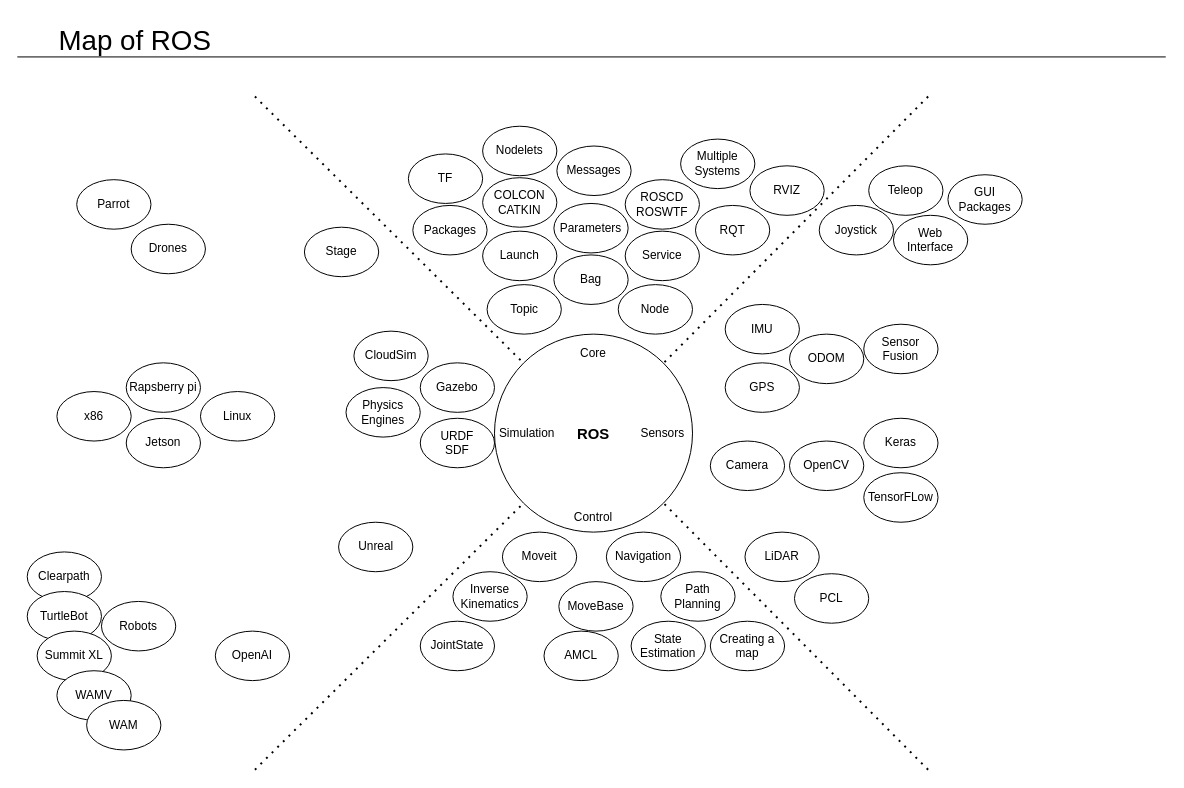
AM1010101/lidar_integrators_course keeps this draw.io diagram as ros_overview.drawio. Above is the earlier version. Source tidied: cells renumbered, new cells numbered last; positions are measured from the earlier drawing's top-left corner, leaving out a move shared by most shapes. Both pictures are drawn from the tidied source at 99%, with x=0, y=0 at pixel (17, 17).
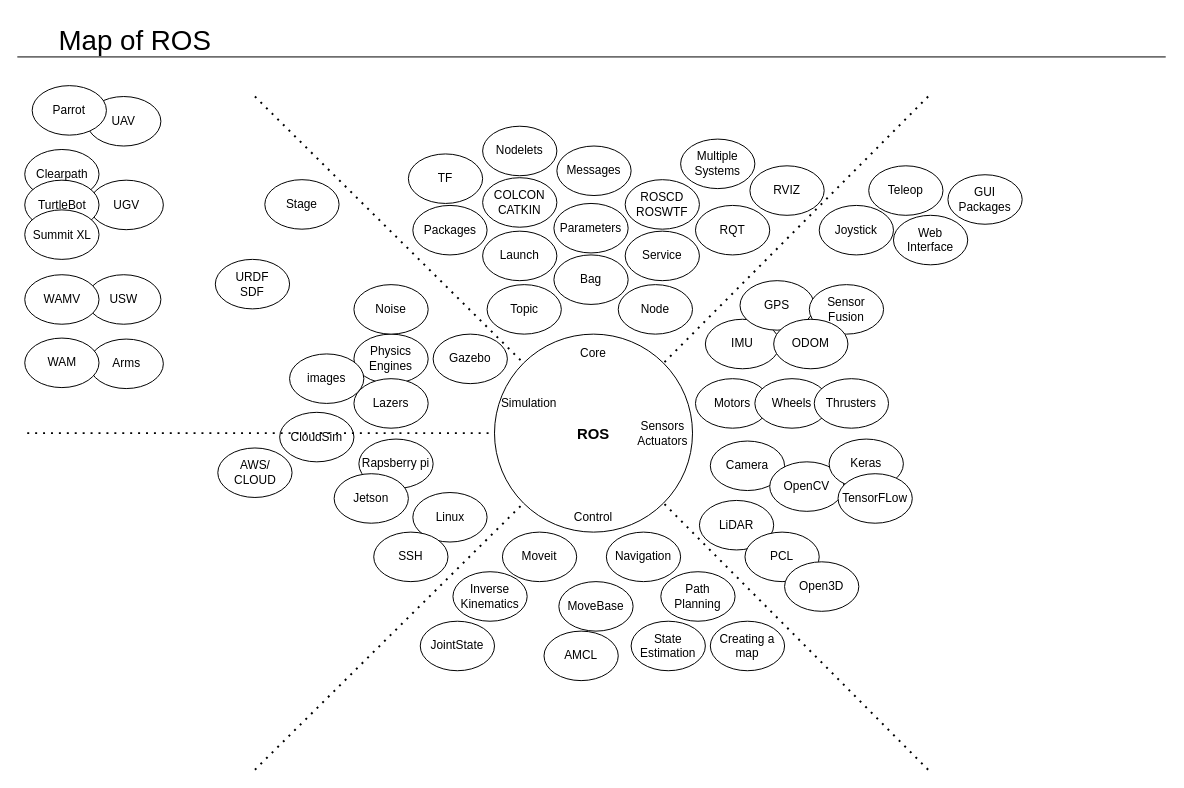
After the change.

The change refers to these unchanged cells:
```xml
<mxCell id="4" value="&lt;b&gt;&lt;font style=&quot;font-size: 15px&quot;&gt;ROS&lt;/font&gt;&lt;/b&gt;" style="ellipse;whiteSpace=wrap;html=1;" parent="1" vertex="1">
  <mxGeometry x="482" y="320" width="200" height="200" as="geometry" />
</mxCell>
```

What changed in the source:
```diff
@@
+    <mxCell id="70" value="Arms" style="ellipse;whiteSpace=wrap;html=1;" parent="1" vertex="1">
+      <mxGeometry x="72.5" y="325" width="75" height="50" as="geometry" />
+    </mxCell>
+    <mxCell id="71" value="USW" style="ellipse;whiteSpace=wrap;html=1;" parent="1" vertex="1">
+      <mxGeometry x="70" y="260" width="75" height="50" as="geometry" />
+    </mxCell>
@@
-    <mxCell id="10" value="Sensors" style="text;html=1;strokeColor=none;fillColor=none;align=center;verticalAlign=middle;whiteSpace=wrap;rounded=0;" parent="1" vertex="1">
+    <mxCell id="10" value="Sensors&lt;br&gt;Actuators" style="text;html=1;strokeColor=none;fillColor=none;align=center;verticalAlign=middle;whiteSpace=wrap;rounded=0;" parent="1" vertex="1">
       <mxGeometry x="622" y="405" width="60" height="30" as="geometry" />
     </mxCell>
     <mxCell id="11" value="Simulation" style="text;html=1;strokeColor=none;fillColor=none;align=center;verticalAlign=middle;whiteSpace=wrap;rounded=0;" parent="1" vertex="1">
-      <mxGeometry x="485" y="405" width="60" height="30" as="geometry" />
+      <mxGeometry x="487" y="375" width="60" height="30" as="geometry" />
     </mxCell>
@@
     <mxCell id="18" value="IMU" style="ellipse;whiteSpace=wrap;html=1;" parent="1" vertex="1">
-      <mxGeometry x="715" y="290" width="75" height="50" as="geometry" />
+      <mxGeometry x="695" y="305" width="75" height="50" as="geometry" />
     </mxCell>
     <mxCell id="19" value="GPS" style="ellipse;whiteSpace=wrap;html=1;" parent="1" vertex="1">
-      <mxGeometry x="715" y="349" width="75" height="50" as="geometry" />
+      <mxGeometry x="730" y="266" width="75" height="50" as="geometry" />
     </mxCell>
@@
     <mxCell id="21" value="LiDAR" style="ellipse;whiteSpace=wrap;html=1;" parent="1" vertex="1">
-      <mxGeometry x="735" y="520" width="75" height="50" as="geometry" />
+      <mxGeometry x="689" y="488" width="75" height="50" as="geometry" />
     </mxCell>
@@
     <mxCell id="23" value="PCL" style="ellipse;whiteSpace=wrap;html=1;" parent="1" vertex="1">
-      <mxGeometry x="785" y="562" width="75" height="50" as="geometry" />
+      <mxGeometry x="735" y="520" width="75" height="50" as="geometry" />
     </mxCell>
     <mxCell id="24" value="Gazebo" style="ellipse;whiteSpace=wrap;html=1;" parent="1" vertex="1">
-      <mxGeometry x="407" y="349" width="75" height="50" as="geometry" />
+      <mxGeometry x="420" y="320" width="75" height="50" as="geometry" />
     </mxCell>
@@
     <mxCell id="33" value="URDF&lt;br&gt;SDF" style="ellipse;whiteSpace=wrap;html=1;" parent="1" vertex="1">
-      <mxGeometry x="407" y="405" width="75" height="50" as="geometry" />
+      <mxGeometry x="200" y="244.5" width="75" height="50" as="geometry" />
     </mxCell>
     <mxCell id="34" value="OpenCV" style="ellipse;whiteSpace=wrap;html=1;" parent="1" vertex="1">
-      <mxGeometry x="780" y="428" width="75" height="50" as="geometry" />
+      <mxGeometry x="760" y="449" width="75" height="50" as="geometry" />
     </mxCell>
@@
     <mxCell id="38" value="CloudSim" style="ellipse;whiteSpace=wrap;html=1;" parent="1" vertex="1">
-      <mxGeometry x="340" y="317" width="75" height="50" as="geometry" />
+      <mxGeometry x="265" y="399" width="75" height="50" as="geometry" />
     </mxCell>
     <mxCell id="39" value="Physics&lt;br&gt;Engines" style="ellipse;whiteSpace=wrap;html=1;" parent="1" vertex="1">
-      <mxGeometry x="332" y="374" width="75" height="50" as="geometry" />
+      <mxGeometry x="340" y="320" width="75" height="50" as="geometry" />
     </mxCell>
@@
     <mxCell id="44" value="Sensor Fusion" style="ellipse;whiteSpace=wrap;html=1;" parent="1" vertex="1">
-      <mxGeometry x="855" y="310" width="75" height="50" as="geometry" />
+      <mxGeometry x="800" y="270" width="75" height="50" as="geometry" />
     </mxCell>
     <mxCell id="45" value="ODOM" style="ellipse;whiteSpace=wrap;html=1;" parent="1" vertex="1">
-      <mxGeometry x="780" y="320" width="75" height="50" as="geometry" />
+      <mxGeometry x="764" y="305" width="75" height="50" as="geometry" />
     </mxCell>
@@
     <mxCell id="48" value="Stage" style="ellipse;whiteSpace=wrap;html=1;" parent="1" vertex="1">
-      <mxGeometry x="290" y="212" width="75" height="50" as="geometry" />
+      <mxGeometry x="250" y="164" width="75" height="50" as="geometry" />
     </mxCell>
-    <mxCell id="49" value="Unreal" style="ellipse;whiteSpace=wrap;html=1;" parent="1" vertex="1">
-      <mxGeometry x="324.5" y="510" width="75" height="50" as="geometry" />
-    </mxCell>
@@
-    <mxCell id="54" value="Robots" style="ellipse;whiteSpace=wrap;html=1;" parent="1" vertex="1">
-      <mxGeometry x="85" y="590" width="75" height="50" as="geometry" />
+    <mxCell id="54" value="UGV" style="ellipse;whiteSpace=wrap;html=1;" parent="1" vertex="1">
+      <mxGeometry x="72.5" y="164.5" width="75" height="50" as="geometry" />
     </mxCell>
     <mxCell id="55" value="Clearpath" style="ellipse;whiteSpace=wrap;html=1;" parent="1" vertex="1">
-      <mxGeometry x="10" y="540" width="75" height="50" as="geometry" />
+      <mxGeometry x="7.5" y="133.5" width="75" height="50" as="geometry" />
     </mxCell>
     <mxCell id="56" value="TurtleBot" style="ellipse;whiteSpace=wrap;html=1;" parent="1" vertex="1">
-      <mxGeometry x="10" y="580" width="75" height="50" as="geometry" />
+      <mxGeometry x="7.5" y="164.5" width="75" height="50" as="geometry" />
     </mxCell>
-    <mxCell id="57" value="Drones" style="ellipse;whiteSpace=wrap;html=1;" parent="1" vertex="1">
-      <mxGeometry x="115" y="209" width="75" height="50" as="geometry" />
+    <mxCell id="57" value="UAV" style="ellipse;whiteSpace=wrap;html=1;" parent="1" vertex="1">
+      <mxGeometry x="70" y="80" width="75" height="50" as="geometry" />
     </mxCell>
     <mxCell id="58" value="Linux" style="ellipse;whiteSpace=wrap;html=1;" parent="1" vertex="1">
-      <mxGeometry x="185" y="378" width="75" height="50" as="geometry" />
+      <mxGeometry x="399.5" y="480" width="75" height="50" as="geometry" />
     </mxCell>
     <mxCell id="59" value="Rapsberry pi" style="ellipse;whiteSpace=wrap;html=1;" parent="1" vertex="1">
-      <mxGeometry x="110" y="349" width="75" height="50" as="geometry" />
+      <mxGeometry x="345" y="426" width="75" height="50" as="geometry" />
     </mxCell>
     <mxCell id="60" value="Jetson" style="ellipse;whiteSpace=wrap;html=1;" parent="1" vertex="1">
-      <mxGeometry x="110" y="405" width="75" height="50" as="geometry" />
+      <mxGeometry x="320" y="461" width="75" height="50" as="geometry" />
     </mxCell>
-    <mxCell id="61" value="x86" style="ellipse;whiteSpace=wrap;html=1;" parent="1" vertex="1">
-      <mxGeometry x="40" y="378" width="75" height="50" as="geometry" />
-    </mxCell>
@@
-    <mxCell id="63" value="OpenAI" style="ellipse;whiteSpace=wrap;html=1;" parent="1" vertex="1">
-      <mxGeometry x="200" y="620" width="75" height="50" as="geometry" />
-    </mxCell>
     <mxCell id="64" value="Keras" style="ellipse;whiteSpace=wrap;html=1;" parent="1" vertex="1">
-      <mxGeometry x="855" y="405" width="75" height="50" as="geometry" />
+      <mxGeometry x="820" y="426" width="75" height="50" as="geometry" />
     </mxCell>
     <mxCell id="65" value="TensorFLow" style="ellipse;whiteSpace=wrap;html=1;" parent="1" vertex="1">
-      <mxGeometry x="855" y="460" width="75" height="50" as="geometry" />
+      <mxGeometry x="829" y="461" width="75" height="50" as="geometry" />
     </mxCell>
     <mxCell id="66" value="Summit XL" style="ellipse;whiteSpace=wrap;html=1;" parent="1" vertex="1">
-      <mxGeometry x="20" y="620" width="75" height="50" as="geometry" />
+      <mxGeometry x="7.5" y="194.5" width="75" height="50" as="geometry" />
     </mxCell>
     <mxCell id="67" value="Parrot" style="ellipse;whiteSpace=wrap;html=1;" parent="1" vertex="1">
-      <mxGeometry x="60" y="164" width="75" height="50" as="geometry" />
+      <mxGeometry x="15" y="69" width="75" height="50" as="geometry" />
     </mxCell>
     <mxCell id="68" value="WAMV" style="ellipse;whiteSpace=wrap;html=1;" parent="1" vertex="1">
-      <mxGeometry x="40" y="660" width="75" height="50" as="geometry" />
+      <mxGeometry x="7.5" y="260" width="75" height="50" as="geometry" />
     </mxCell>
     <mxCell id="69" value="WAM" style="ellipse;whiteSpace=wrap;html=1;" parent="1" vertex="1">
-      <mxGeometry x="70" y="690" width="75" height="50" as="geometry" />
+      <mxGeometry x="7.5" y="324" width="75" height="50" as="geometry" />
     </mxCell>
+    <mxCell id="72" value="Noise" style="ellipse;whiteSpace=wrap;html=1;" parent="1" vertex="1">
+      <mxGeometry x="340" y="270" width="75" height="50" as="geometry" />
+    </mxCell>
+    <mxCell id="73" value="Lazers" style="ellipse;whiteSpace=wrap;html=1;" parent="1" vertex="1">
+      <mxGeometry x="340" y="365" width="75" height="50" as="geometry" />
+    </mxCell>
+    <mxCell id="74" value="images" style="ellipse;whiteSpace=wrap;html=1;" parent="1" vertex="1">
+      <mxGeometry x="275" y="340" width="75" height="50" as="geometry" />
+    </mxCell>
+    <mxCell id="75" style="endArrow=none;dashed=1;html=1;dashPattern=1 3;strokeWidth=2;rounded=0;entryX=0;entryY=0.5;entryDx=0;entryDy=0;" parent="1" edge="1" target="4">
+      <mxGeometry relative="1" as="geometry">
+        <mxPoint x="10" y="420" as="sourcePoint" />
+      </mxGeometry>
+    </mxCell>
+    <mxCell id="76" value="Motors" style="ellipse;whiteSpace=wrap;html=1;" parent="1" vertex="1">
+      <mxGeometry x="685" y="365" width="75" height="50" as="geometry" />
+    </mxCell>
+    <mxCell id="77" value="Open3D" style="ellipse;whiteSpace=wrap;html=1;" parent="1" vertex="1">
+      <mxGeometry x="775" y="550" width="75" height="50" as="geometry" />
+    </mxCell>
+    <mxCell id="78" value="Wheels" style="ellipse;whiteSpace=wrap;html=1;" parent="1" vertex="1">
+      <mxGeometry x="745" y="365" width="75" height="50" as="geometry" />
+    </mxCell>
+    <mxCell id="79" value="Thrusters" style="ellipse;whiteSpace=wrap;html=1;" parent="1" vertex="1">
+      <mxGeometry x="805" y="365" width="75" height="50" as="geometry" />
+    </mxCell>
+    <mxCell id="80" value="AWS/&lt;br&gt;CLOUD" style="ellipse;whiteSpace=wrap;html=1;" parent="1" vertex="1">
+      <mxGeometry x="202.5" y="435" width="75" height="50" as="geometry" />
+    </mxCell>
+    <mxCell id="81" value="SSH" style="ellipse;whiteSpace=wrap;html=1;" parent="1" vertex="1">
+      <mxGeometry x="360" y="520" width="75" height="50" as="geometry" />
+    </mxCell>
```
